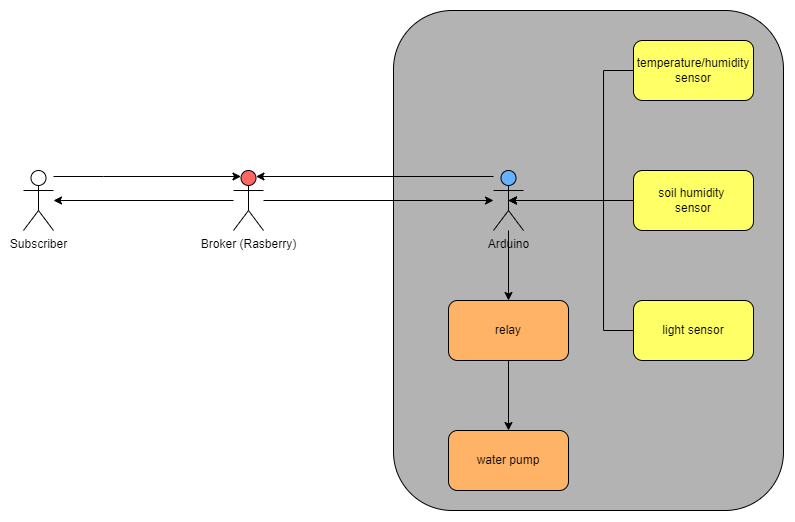
The draw.io diagram AdvancedEmbeddedSystems/concept/useCase.png in MaximSpeczyk/IoT-FPGA, before a commit. Source tidied: cells renumbered, new cells last; positions are measured from the earlier drawing's top-left corner, leaving out a move shared by most shapes. Its diagram source:
```xml
<mxGraphModel>
  <root>
    <mxCell id="0" />
    <mxCell id="1" parent="0" />
    <mxCell id="2" style="rounded=1;whiteSpace=wrap;html=1;fillColor=#B3B3B3;" parent="1" vertex="1">
      <mxGeometry x="370" width="390" height="500" as="geometry" />
    </mxCell>
    <mxCell id="3" style="edgeStyle=orthogonalEdgeStyle;rounded=0;jettySize=auto;html=1;entryX=0.25;entryY=0.1;entryDx=0;entryDy=0;entryPerimeter=0;" parent="1" edge="1" source="4" target="7">
      <mxGeometry relative="1" as="geometry">
        <Array as="points">
          <mxPoint x="80" y="166" />
          <mxPoint x="80" y="166" />
        </Array>
      </mxGeometry>
    </mxCell>
    <mxCell id="4" value="Subscriber" style="shape=umlActor;verticalLabelPosition=bottom;verticalAlign=top;html=1;outlineConnect=0;" parent="1" vertex="1">
      <mxGeometry y="160" width="30" height="60" as="geometry" />
    </mxCell>
    <mxCell id="5" style="edgeStyle=orthogonalEdgeStyle;rounded=0;jettySize=auto;html=1;" parent="1" edge="1" source="7" target="10">
      <mxGeometry relative="1" as="geometry" />
    </mxCell>
    <mxCell id="6" style="edgeStyle=orthogonalEdgeStyle;rounded=0;jettySize=auto;html=1;" parent="1" edge="1" source="7" target="4">
      <mxGeometry relative="1" as="geometry" />
    </mxCell>
    <mxCell id="7" value="Broker (Rasberry)" style="shape=umlActor;verticalLabelPosition=bottom;verticalAlign=top;html=1;outlineConnect=0;fillColor=#FF6666;" parent="1" vertex="1">
      <mxGeometry x="210" y="160" width="30" height="60" as="geometry" />
    </mxCell>
    <mxCell id="8" style="edgeStyle=orthogonalEdgeStyle;rounded=0;jettySize=auto;html=1;entryX=0.5;entryY=0;entryDx=0;entryDy=0;" parent="1" edge="1" source="10" target="18">
      <mxGeometry relative="1" as="geometry" />
    </mxCell>
    <mxCell id="9" style="edgeStyle=orthogonalEdgeStyle;rounded=0;jettySize=auto;html=1;entryX=0.75;entryY=0.1;entryDx=0;entryDy=0;entryPerimeter=0;" parent="1" edge="1" source="10" target="7">
      <mxGeometry relative="1" as="geometry">
        <Array as="points">
          <mxPoint x="370" y="166" />
          <mxPoint x="370" y="166" />
        </Array>
      </mxGeometry>
    </mxCell>
    <mxCell id="10" value="Arduino" style="shape=umlActor;verticalLabelPosition=bottom;verticalAlign=top;html=1;outlineConnect=0;fillColor=#66B2FF;" parent="1" vertex="1">
      <mxGeometry x="470" y="160" width="30" height="60" as="geometry" />
    </mxCell>
    <mxCell id="11" style="edgeStyle=orthogonalEdgeStyle;rounded=0;jettySize=auto;html=1;entryX=0.5;entryY=0.5;entryDx=0;entryDy=0;entryPerimeter=0;" parent="1" edge="1" source="12" target="10">
      <mxGeometry relative="1" as="geometry">
        <Array as="points">
          <mxPoint x="580" y="60" />
          <mxPoint x="580" y="190" />
        </Array>
      </mxGeometry>
    </mxCell>
    <mxCell id="12" value="temperature/humidity&lt;br&gt;sensor" style="rounded=1;whiteSpace=wrap;html=1;fillColor=#FFFF66;" parent="1" vertex="1">
      <mxGeometry x="610" y="30" width="120" height="60" as="geometry" />
    </mxCell>
    <mxCell id="13" style="edgeStyle=orthogonalEdgeStyle;rounded=0;jettySize=auto;html=1;entryX=0.5;entryY=0.5;entryDx=0;entryDy=0;entryPerimeter=0;" parent="1" edge="1" source="14" target="10">
      <mxGeometry relative="1" as="geometry" />
    </mxCell>
    <mxCell id="14" value="soil humidity&amp;nbsp;&lt;br&gt;sensor" style="rounded=1;whiteSpace=wrap;html=1;fillColor=#FFFF66;" parent="1" vertex="1">
      <mxGeometry x="610" y="160" width="120" height="60" as="geometry" />
    </mxCell>
    <mxCell id="15" style="edgeStyle=orthogonalEdgeStyle;rounded=0;jettySize=auto;html=1;entryX=0.5;entryY=0.5;entryDx=0;entryDy=0;entryPerimeter=0;" parent="1" edge="1" source="16" target="10">
      <mxGeometry relative="1" as="geometry">
        <Array as="points">
          <mxPoint x="580" y="320" />
          <mxPoint x="580" y="190" />
        </Array>
      </mxGeometry>
    </mxCell>
    <mxCell id="16" value="light sensor" style="rounded=1;whiteSpace=wrap;html=1;fillColor=#FFFF66;" parent="1" vertex="1">
      <mxGeometry x="610" y="290" width="120" height="60" as="geometry" />
    </mxCell>
    <mxCell id="17" style="edgeStyle=orthogonalEdgeStyle;rounded=0;jettySize=auto;html=1;entryX=0.5;entryY=0;entryDx=0;entryDy=0;" parent="1" edge="1" source="18" target="19">
      <mxGeometry relative="1" as="geometry" />
    </mxCell>
    <mxCell id="18" value="relay" style="rounded=1;whiteSpace=wrap;html=1;fillColor=#FFB366;" parent="1" vertex="1">
      <mxGeometry x="425" y="290" width="120" height="60" as="geometry" />
    </mxCell>
    <mxCell id="19" value="water pump" style="rounded=1;whiteSpace=wrap;html=1;fillColor=#FFB366;" parent="1" vertex="1">
      <mxGeometry x="425" y="420" width="120" height="60" as="geometry" />
    </mxCell>
  </root>
</mxGraphModel>
```
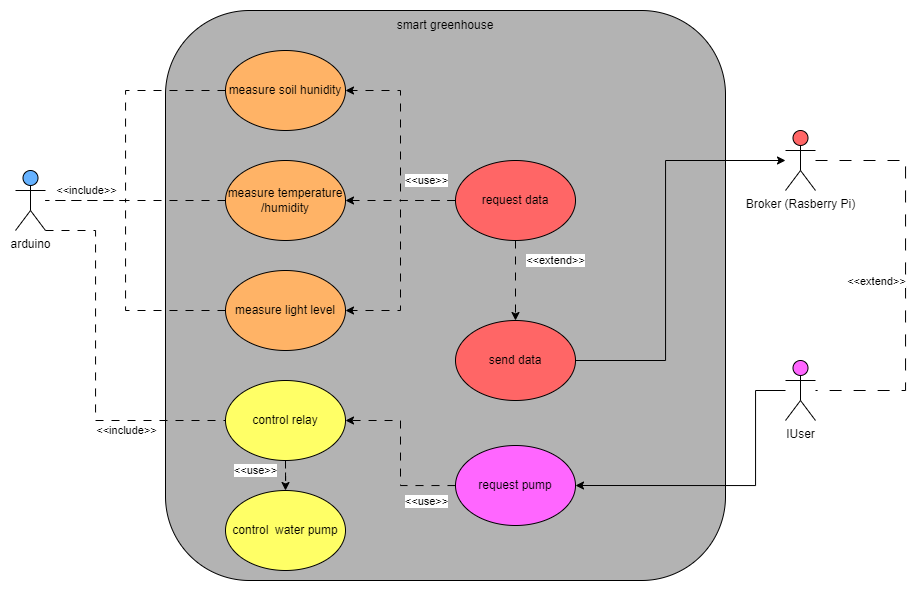
Later version of the same file.

The edit, as a diff of the source:
```diff
@@ -2,79 +2,133 @@
   <root>
     <mxCell id="0" />
     <mxCell id="1" parent="0" />
-    <mxCell id="2" style="rounded=1;whiteSpace=wrap;html=1;fillColor=#B3B3B3;" parent="1" vertex="1">
-      <mxGeometry x="370" width="390" height="500" as="geometry" />
-    </mxCell>
-    <mxCell id="3" style="edgeStyle=orthogonalEdgeStyle;rounded=0;jettySize=auto;html=1;entryX=0.25;entryY=0.1;entryDx=0;entryDy=0;entryPerimeter=0;" parent="1" edge="1" source="4" target="7">
-      <mxGeometry relative="1" as="geometry">
-        <Array as="points">
-          <mxPoint x="80" y="166" />
-          <mxPoint x="80" y="166" />
-        </Array>
-      </mxGeometry>
-    </mxCell>
-    <mxCell id="4" value="Subscriber" style="shape=umlActor;verticalLabelPosition=bottom;verticalAlign=top;html=1;outlineConnect=0;" parent="1" vertex="1">
-      <mxGeometry y="160" width="30" height="60" as="geometry" />
-    </mxCell>
-    <mxCell id="5" style="edgeStyle=orthogonalEdgeStyle;rounded=0;jettySize=auto;html=1;" parent="1" edge="1" source="7" target="10">
-      <mxGeometry relative="1" as="geometry" />
-    </mxCell>
-    <mxCell id="6" style="edgeStyle=orthogonalEdgeStyle;rounded=0;jettySize=auto;html=1;" parent="1" edge="1" source="7" target="4">
-      <mxGeometry relative="1" as="geometry" />
-    </mxCell>
-    <mxCell id="7" value="Broker (Rasberry)" style="shape=umlActor;verticalLabelPosition=bottom;verticalAlign=top;html=1;outlineConnect=0;fillColor=#FF6666;" parent="1" vertex="1">
-      <mxGeometry x="210" y="160" width="30" height="60" as="geometry" />
-    </mxCell>
-    <mxCell id="8" style="edgeStyle=orthogonalEdgeStyle;rounded=0;jettySize=auto;html=1;entryX=0.5;entryY=0;entryDx=0;entryDy=0;" parent="1" edge="1" source="10" target="18">
-      <mxGeometry relative="1" as="geometry" />
-    </mxCell>
-    <mxCell id="9" style="edgeStyle=orthogonalEdgeStyle;rounded=0;jettySize=auto;html=1;entryX=0.75;entryY=0.1;entryDx=0;entryDy=0;entryPerimeter=0;" parent="1" edge="1" source="10" target="7">
-      <mxGeometry relative="1" as="geometry">
-        <Array as="points">
-          <mxPoint x="370" y="166" />
-          <mxPoint x="370" y="166" />
-        </Array>
-      </mxGeometry>
-    </mxCell>
-    <mxCell id="10" value="Arduino" style="shape=umlActor;verticalLabelPosition=bottom;verticalAlign=top;html=1;outlineConnect=0;fillColor=#66B2FF;" parent="1" vertex="1">
-      <mxGeometry x="470" y="160" width="30" height="60" as="geometry" />
-    </mxCell>
-    <mxCell id="11" style="edgeStyle=orthogonalEdgeStyle;rounded=0;jettySize=auto;html=1;entryX=0.5;entryY=0.5;entryDx=0;entryDy=0;entryPerimeter=0;" parent="1" edge="1" source="12" target="10">
-      <mxGeometry relative="1" as="geometry">
-        <Array as="points">
-          <mxPoint x="580" y="60" />
-          <mxPoint x="580" y="190" />
-        </Array>
-      </mxGeometry>
-    </mxCell>
-    <mxCell id="12" value="temperature/humidity&lt;br&gt;sensor" style="rounded=1;whiteSpace=wrap;html=1;fillColor=#FFFF66;" parent="1" vertex="1">
-      <mxGeometry x="610" y="30" width="120" height="60" as="geometry" />
-    </mxCell>
-    <mxCell id="13" style="edgeStyle=orthogonalEdgeStyle;rounded=0;jettySize=auto;html=1;entryX=0.5;entryY=0.5;entryDx=0;entryDy=0;entryPerimeter=0;" parent="1" edge="1" source="14" target="10">
-      <mxGeometry relative="1" as="geometry" />
-    </mxCell>
-    <mxCell id="14" value="soil humidity&amp;nbsp;&lt;br&gt;sensor" style="rounded=1;whiteSpace=wrap;html=1;fillColor=#FFFF66;" parent="1" vertex="1">
-      <mxGeometry x="610" y="160" width="120" height="60" as="geometry" />
-    </mxCell>
-    <mxCell id="15" style="edgeStyle=orthogonalEdgeStyle;rounded=0;jettySize=auto;html=1;entryX=0.5;entryY=0.5;entryDx=0;entryDy=0;entryPerimeter=0;" parent="1" edge="1" source="16" target="10">
-      <mxGeometry relative="1" as="geometry">
-        <Array as="points">
-          <mxPoint x="580" y="320" />
-          <mxPoint x="580" y="190" />
-        </Array>
-      </mxGeometry>
-    </mxCell>
-    <mxCell id="16" value="light sensor" style="rounded=1;whiteSpace=wrap;html=1;fillColor=#FFFF66;" parent="1" vertex="1">
-      <mxGeometry x="610" y="290" width="120" height="60" as="geometry" />
-    </mxCell>
-    <mxCell id="17" style="edgeStyle=orthogonalEdgeStyle;rounded=0;jettySize=auto;html=1;entryX=0.5;entryY=0;entryDx=0;entryDy=0;" parent="1" edge="1" source="18" target="19">
-      <mxGeometry relative="1" as="geometry" />
-    </mxCell>
-    <mxCell id="18" value="relay" style="rounded=1;whiteSpace=wrap;html=1;fillColor=#FFB366;" parent="1" vertex="1">
-      <mxGeometry x="425" y="290" width="120" height="60" as="geometry" />
-    </mxCell>
-    <mxCell id="19" value="water pump" style="rounded=1;whiteSpace=wrap;html=1;fillColor=#FFB366;" parent="1" vertex="1">
-      <mxGeometry x="425" y="420" width="120" height="60" as="geometry" />
-    </mxCell>
+    <mxCell id="20" value="&lt;p style=&quot;line-height: 180%;&quot;&gt;&lt;br&gt;&lt;/p&gt;" style="rounded=1;whiteSpace=wrap;html=1;fillColor=#B3B3B3;" parent="1" vertex="1">
+      <mxGeometry x="480" width="560" height="570" as="geometry" />
+    </mxCell>
+    <mxCell id="21" style="edgeStyle=orthogonalEdgeStyle;rounded=0;jettySize=auto;html=1;dashed=1;dashPattern=8 8;endArrow=none;endFill=0;" parent="1" edge="1" source="22">
+      <mxGeometry relative="1" as="geometry">
+        <mxPoint x="360" y="190" as="targetPoint" />
+        <Array as="points">
+          <mxPoint x="440" y="80" />
+          <mxPoint x="440" y="190" />
+        </Array>
+      </mxGeometry>
+    </mxCell>
+    <mxCell id="22" value="measure soil hunidity" style="ellipse;whiteSpace=wrap;html=1;fillColor=#FFB366;" parent="1" vertex="1">
+      <mxGeometry x="540" y="40" width="120" height="80" as="geometry" />
+    </mxCell>
+    <mxCell id="23" style="edgeStyle=orthogonalEdgeStyle;rounded=0;jettySize=auto;html=1;entryX=0;entryY=0.5;entryDx=0;entryDy=0;endArrow=none;endFill=0;dashed=1;dashPattern=8 8;" parent="1" edge="1" source="25" target="32">
+      <mxGeometry relative="1" as="geometry">
+        <Array as="points">
+          <mxPoint x="410" y="220" />
+          <mxPoint x="410" y="410" />
+        </Array>
+      </mxGeometry>
+    </mxCell>
+    <mxCell id="24" value="&amp;lt;&amp;lt;include&amp;gt;&amp;gt;" style="edgeLabel;html=1;align=center;verticalAlign=middle;" parent="23" vertex="1">
+      <mxGeometry x="-0.06" y="-2" relative="1" as="geometry">
+        <mxPoint x="32" y="77" as="offset" />
+      </mxGeometry>
+    </mxCell>
+    <mxCell id="25" value="arduino" style="shape=umlActor;verticalLabelPosition=bottom;verticalAlign=top;html=1;outlineConnect=0;fillColor=#66B2FF;" parent="1" vertex="1">
+      <mxGeometry x="330" y="160" width="30" height="60" as="geometry" />
+    </mxCell>
+    <mxCell id="26" value="&amp;lt;&amp;lt;include&amp;gt;&amp;gt;" style="edgeStyle=orthogonalEdgeStyle;rounded=0;jettySize=auto;html=1;dashed=1;dashPattern=8 8;endArrow=none;endFill=0;" parent="1" edge="1" source="27">
+      <mxGeometry x="0.55" y="-10" relative="1" as="geometry">
+        <mxPoint x="360" y="190" as="targetPoint" />
+      </mxGeometry>
+    </mxCell>
+    <mxCell id="27" value="measure temperature&lt;br&gt;/humidity" style="ellipse;whiteSpace=wrap;html=1;fillColor=#FFB366;" parent="1" vertex="1">
+      <mxGeometry x="540" y="150" width="120" height="80" as="geometry" />
+    </mxCell>
+    <mxCell id="28" value="smart greenhouse" style="text;html=1;strokeColor=none;fillColor=none;align=center;verticalAlign=middle;whiteSpace=wrap;rounded=0;" parent="1" vertex="1">
+      <mxGeometry x="705" width="110" height="30" as="geometry" />
+    </mxCell>
+    <mxCell id="29" style="edgeStyle=orthogonalEdgeStyle;rounded=0;jettySize=auto;html=1;dashed=1;dashPattern=8 8;endArrow=none;endFill=0;" parent="1" edge="1" source="30" target="25">
+      <mxGeometry relative="1" as="geometry">
+        <Array as="points">
+          <mxPoint x="440" y="300" />
+          <mxPoint x="440" y="190" />
+        </Array>
+      </mxGeometry>
+    </mxCell>
+    <mxCell id="30" value="measure light level" style="ellipse;whiteSpace=wrap;html=1;fillColor=#FFB366;" parent="1" vertex="1">
+      <mxGeometry x="540" y="260" width="120" height="80" as="geometry" />
+    </mxCell>
+    <mxCell id="31" value="&amp;lt;&amp;lt;use&amp;gt;&amp;gt;" style="edgeStyle=orthogonalEdgeStyle;rounded=0;jettySize=auto;html=1;dashed=1;dashPattern=8 8;" parent="1" edge="1" source="32" target="33">
+      <mxGeometry x="-0.6" y="-30" relative="1" as="geometry">
+        <mxPoint y="1" as="offset" />
+      </mxGeometry>
+    </mxCell>
+    <mxCell id="32" value="control relay" style="ellipse;whiteSpace=wrap;html=1;fillColor=#FFFF66;" parent="1" vertex="1">
+      <mxGeometry x="540" y="370" width="120" height="80" as="geometry" />
+    </mxCell>
+    <mxCell id="33" value="control&amp;nbsp; water pump" style="ellipse;whiteSpace=wrap;html=1;fillColor=#FFFF66;" parent="1" vertex="1">
+      <mxGeometry x="540" y="480" width="120" height="80" as="geometry" />
+    </mxCell>
+    <mxCell id="34" style="edgeStyle=orthogonalEdgeStyle;rounded=0;jettySize=auto;html=1;" parent="1" edge="1" source="35" target="43">
+      <mxGeometry relative="1" as="geometry">
+        <Array as="points">
+          <mxPoint x="980" y="350" />
+          <mxPoint x="980" y="150" />
+        </Array>
+      </mxGeometry>
+    </mxCell>
+    <mxCell id="35" value="send data" style="ellipse;whiteSpace=wrap;html=1;fillColor=#FF6666;" parent="1" vertex="1">
+      <mxGeometry x="770" y="310" width="120" height="80" as="geometry" />
+    </mxCell>
+    <mxCell id="36" style="edgeStyle=orthogonalEdgeStyle;rounded=0;jettySize=auto;html=1;dashed=1;dashPattern=8 8;" parent="1" edge="1" source="40" target="27">
+      <mxGeometry relative="1" as="geometry" />
+    </mxCell>
+    <mxCell id="37" style="edgeStyle=orthogonalEdgeStyle;rounded=0;jettySize=auto;html=1;entryX=1;entryY=0.5;entryDx=0;entryDy=0;dashed=1;dashPattern=8 8;" parent="1" edge="1" source="40" target="22">
+      <mxGeometry relative="1" as="geometry" />
+    </mxCell>
+    <mxCell id="38" value="&amp;lt;&amp;lt;use&amp;gt;&amp;gt;" style="edgeStyle=orthogonalEdgeStyle;rounded=0;jettySize=auto;html=1;entryX=1;entryY=0.5;entryDx=0;entryDy=0;dashed=1;dashPattern=8 8;" parent="1" edge="1" source="40" target="30">
+      <mxGeometry x="-0.73" y="-20" relative="1" as="geometry" />
+    </mxCell>
+    <mxCell id="39" value="&amp;lt;&amp;lt;extend&amp;gt;&amp;gt;" style="edgeStyle=orthogonalEdgeStyle;rounded=0;jettySize=auto;html=1;dashed=1;dashPattern=8 8;" parent="1" edge="1" source="40" target="35">
+      <mxGeometry x="-0.5" y="40" relative="1" as="geometry" />
+    </mxCell>
+    <mxCell id="40" value="request data" style="ellipse;whiteSpace=wrap;html=1;fillColor=#FF6666;" parent="1" vertex="1">
+      <mxGeometry x="770" y="150" width="120" height="80" as="geometry" />
+    </mxCell>
+    <mxCell id="41" style="edgeStyle=orthogonalEdgeStyle;rounded=0;jettySize=auto;html=1;dashed=1;dashPattern=12 12;endArrow=none;endFill=0;" parent="1" edge="1" source="43" target="45">
+      <mxGeometry relative="1" as="geometry">
+        <Array as="points">
+          <mxPoint x="1220" y="150" />
+          <mxPoint x="1220" y="380" />
+        </Array>
+      </mxGeometry>
+    </mxCell>
+    <mxCell id="42" value="&amp;lt;&amp;lt;extend&amp;gt;&amp;gt;" style="edgeLabel;html=1;align=center;verticalAlign=middle;" parent="41" vertex="1">
+      <mxGeometry x="0.03" relative="1" as="geometry">
+        <mxPoint x="-30" as="offset" />
+      </mxGeometry>
+    </mxCell>
+    <mxCell id="43" value="Broker (Rasberry Pi)" style="shape=umlActor;verticalLabelPosition=bottom;verticalAlign=top;html=1;outlineConnect=0;fillColor=#FF6666;" parent="1" vertex="1">
+      <mxGeometry x="1100" y="120" width="30" height="60" as="geometry" />
+    </mxCell>
+    <mxCell id="44" style="edgeStyle=orthogonalEdgeStyle;rounded=0;jettySize=auto;html=1;entryX=1;entryY=0.5;entryDx=0;entryDy=0;" parent="1" edge="1" source="45" target="48">
+      <mxGeometry relative="1" as="geometry">
+        <Array as="points">
+          <mxPoint x="1070" y="380" />
+          <mxPoint x="1070" y="475" />
+        </Array>
+      </mxGeometry>
+    </mxCell>
+    <mxCell id="45" value="IUser" style="shape=umlActor;verticalLabelPosition=bottom;verticalAlign=top;html=1;outlineConnect=0;fillColor=#FF66FF;" parent="1" vertex="1">
+      <mxGeometry x="1100" y="350" width="30" height="60" as="geometry" />
+    </mxCell>
+    <mxCell id="46" style="edgeStyle=orthogonalEdgeStyle;rounded=0;jettySize=auto;html=1;dashed=1;dashPattern=8 8;" parent="1" edge="1" source="48" target="32">
+      <mxGeometry relative="1" as="geometry" />
+    </mxCell>
+    <mxCell id="47" value="&amp;lt;&amp;lt;use&amp;gt;&amp;gt;" style="edgeLabel;html=1;align=center;verticalAlign=middle;" parent="46" vertex="1">
+      <mxGeometry x="-0.18" y="1" relative="1" as="geometry">
+        <mxPoint x="26" y="32" as="offset" />
+      </mxGeometry>
+    </mxCell>
+    <mxCell id="48" value="request pump" style="ellipse;whiteSpace=wrap;html=1;fillColor=#FF66FF;" parent="1" vertex="1">
+      <mxGeometry x="770" y="435" width="120" height="80" as="geometry" />
+    </mxCell>
   </root>
 </mxGraphModel>
```
